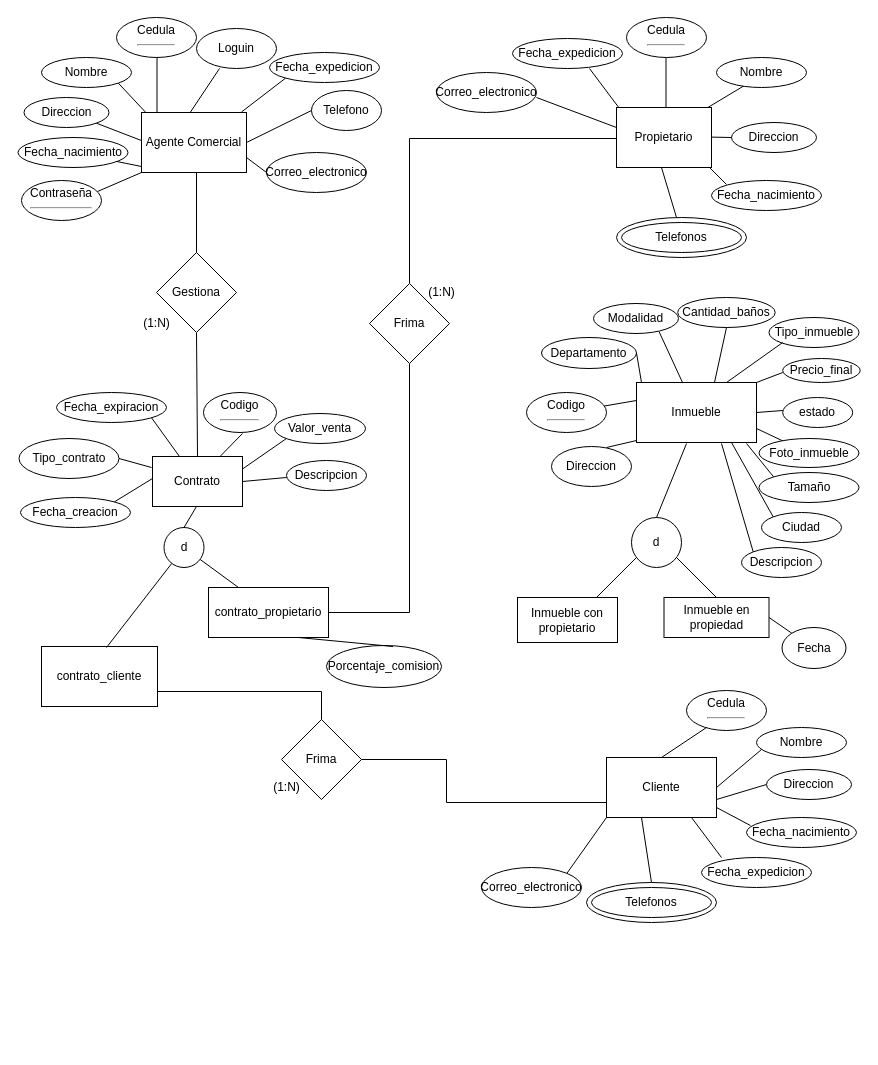
Earlier version of the draw.io diagram Copia de empresa inmobiliaria.drawio (Juandiiego2111/Juandiiego21111). Source tidied: cells renumbered, new cells numbered last; positions are measured from the earlier drawing's top-left corner, leaving out a move shared by most shapes. Both pictures are drawn from the tidied source at 100%, with x=0, y=0 at pixel (18, 17).
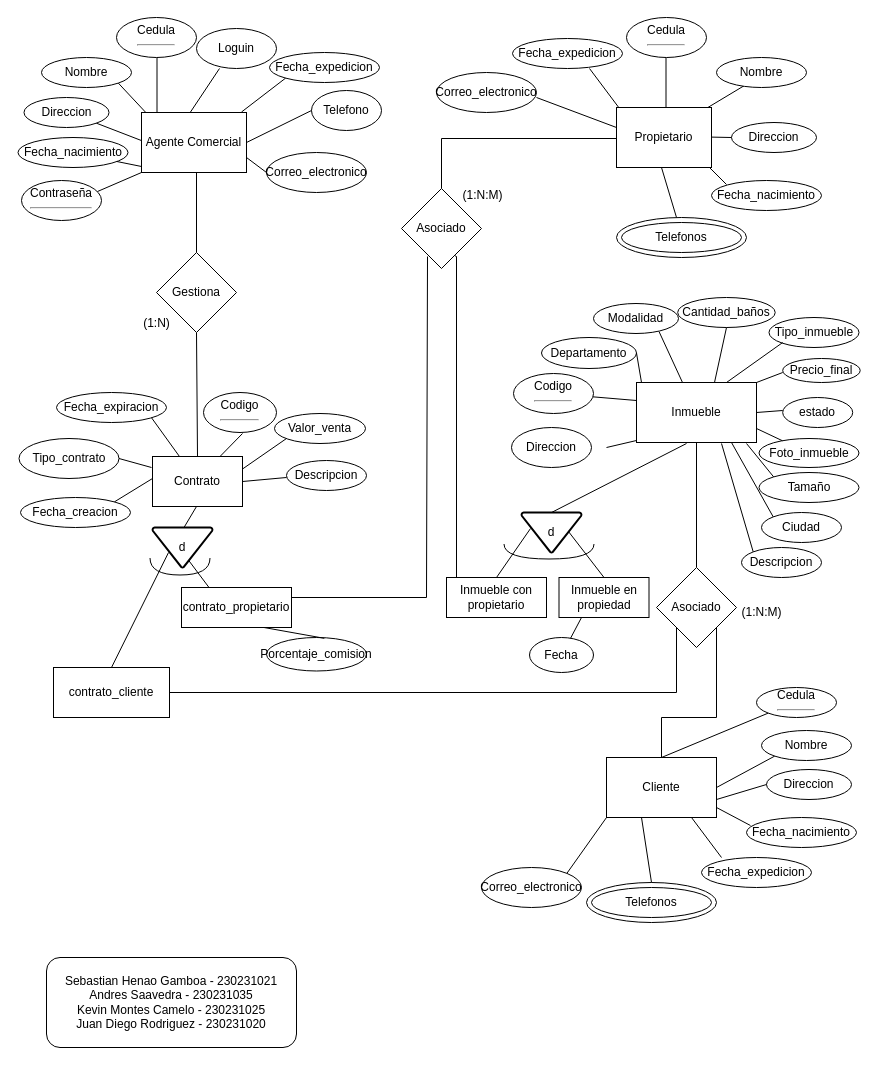
The same page after the edit.

Unchanged cells that the change refers to:
```xml
<mxCell id="36" value="Cliente" style="rounded=0;whiteSpace=wrap;html=1;" parent="1" vertex="1">
  <mxGeometry x="588" y="740" width="110" height="60" as="geometry" />
</mxCell>
<mxCell id="48" value="Inmueble" style="rounded=0;whiteSpace=wrap;html=1;" parent="1" vertex="1">
  <mxGeometry x="618" y="365" width="120" height="60" as="geometry" />
</mxCell>
```

Change to the diagram source:
```diff
@@
     <mxCell id="24" style="edgeStyle=orthogonalEdgeStyle;rounded=0;jettySize=auto;html=1;exitX=0;exitY=0.75;exitDx=0;exitDy=0;entryX=0.5;entryY=0;entryDx=0;entryDy=0;endArrow=none;endFill=0;" parent="1" edge="1" target="79">
       <mxGeometry relative="1" as="geometry">
         <mxPoint x="601.5" y="120" as="sourcePoint" />
         <Array as="points">
           <mxPoint x="602" y="121" />
-          <mxPoint x="391" y="121" />
+          <mxPoint x="423" y="121" />
         </Array>
       </mxGeometry>
     </mxCell>
@@
-    <mxCell id="35" style="edgeStyle=orthogonalEdgeStyle;rounded=0;jettySize=auto;html=1;exitX=0;exitY=0.75;exitDx=0;exitDy=0;entryX=1;entryY=0.5;entryDx=0;entryDy=0;endArrow=none;endFill=0;" parent="1" edge="1" source="36" target="82">
-      <mxGeometry relative="1" as="geometry">
-        <Array as="points">
-          <mxPoint x="428" y="785" />
-          <mxPoint x="428" y="742" />
-        </Array>
-      </mxGeometry>
-    </mxCell>
+    <mxCell id="121" style="edgeStyle=orthogonalEdgeStyle;rounded=0;jettySize=auto;html=1;exitX=0.5;exitY=0;exitDx=0;exitDy=0;entryX=1;entryY=1;entryDx=0;entryDy=0;endArrow=none;endFill=0;" parent="1" edge="1" source="36" target="130">
+      <mxGeometry relative="1" as="geometry">
+        <Array as="points">
+          <mxPoint x="643" y="700" />
+          <mxPoint x="698" y="700" />
+        </Array>
+      </mxGeometry>
+    </mxCell>
@@
     <mxCell id="43" value="Cedula&lt;hr&gt;" style="ellipse;whiteSpace=wrap;html=1;" parent="1" vertex="1">
-      <mxGeometry x="668" y="673" width="80" height="40" as="geometry" />
+      <mxGeometry x="738" y="670" width="80" height="30" as="geometry" />
     </mxCell>
     <mxCell id="44" value="Nombre" style="ellipse;whiteSpace=wrap;html=1;" parent="1" vertex="1">
-      <mxGeometry x="738" y="710" width="90" height="30" as="geometry" />
+      <mxGeometry x="743" y="713" width="90" height="30" as="geometry" />
     </mxCell>
@@
+    <mxCell id="122" style="edgeStyle=orthogonalEdgeStyle;rounded=0;jettySize=auto;html=1;exitX=0.5;exitY=1;exitDx=0;exitDy=0;entryX=0.5;entryY=0;entryDx=0;entryDy=0;endArrow=none;endFill=0;" parent="1" edge="1" source="48" target="130">
+      <mxGeometry relative="1" as="geometry">
+        <Array as="points">
+          <mxPoint x="678" y="550" />
+        </Array>
+      </mxGeometry>
+    </mxCell>
@@
     <mxCell id="49" value="Codigo&lt;hr&gt;" style="ellipse;whiteSpace=wrap;html=1;" parent="1" vertex="1">
-      <mxGeometry x="508" y="375" width="80" height="40" as="geometry" />
+      <mxGeometry x="495" y="356" width="80" height="40" as="geometry" />
     </mxCell>
@@
-    <mxCell id="59" style="edgeStyle=orthogonalEdgeStyle;rounded=0;jettySize=auto;html=1;exitX=1;exitY=0.75;exitDx=0;exitDy=0;endArrow=none;endFill=0;" parent="1" edge="1" source="60" target="82">
-      <mxGeometry relative="1" as="geometry" />
-    </mxCell>
+    <mxCell id="123" style="edgeStyle=orthogonalEdgeStyle;rounded=0;jettySize=auto;html=1;exitX=1;exitY=0.75;exitDx=0;exitDy=0;entryX=0;entryY=1;entryDx=0;entryDy=0;endArrow=none;endFill=0;" parent="1" edge="1" source="60" target="130">
+      <mxGeometry relative="1" as="geometry">
+        <Array as="points">
+          <mxPoint x="151" y="675" />
+          <mxPoint x="658" y="675" />
+        </Array>
+      </mxGeometry>
+    </mxCell>
     <mxCell id="60" value="contrato_cliente" style="rounded=0;whiteSpace=wrap;html=1;" parent="1" vertex="1">
-      <mxGeometry x="23" y="629" width="116" height="60" as="geometry" />
+      <mxGeometry x="35" y="650" width="116" height="50" as="geometry" />
     </mxCell>
-    <mxCell id="61" style="edgeStyle=orthogonalEdgeStyle;rounded=0;jettySize=auto;html=1;exitX=1;exitY=0.5;exitDx=0;exitDy=0;entryX=0.5;entryY=1;entryDx=0;entryDy=0;endArrow=none;endFill=0;" parent="1" edge="1" source="62" target="79">
+    <mxCell id="61" style="edgeStyle=orthogonalEdgeStyle;rounded=0;jettySize=auto;html=1;exitX=1;exitY=0.5;exitDx=0;exitDy=0;entryX=0.325;entryY=0.85;entryDx=0;entryDy=0;endArrow=none;endFill=0;entryPerimeter=0;" parent="1" edge="1" source="62" target="79">
       <mxGeometry relative="1" as="geometry">
         <Array as="points">
-          <mxPoint x="391" y="595" />
+          <mxPoint x="273" y="580" />
+          <mxPoint x="408" y="580" />
         </Array>
       </mxGeometry>
     </mxCell>
     <mxCell id="62" value="contrato_propietario" style="rounded=0;whiteSpace=wrap;html=1;" parent="1" vertex="1">
-      <mxGeometry x="190" y="570" width="120" height="50" as="geometry" />
+      <mxGeometry x="163" y="570" width="110" height="40" as="geometry" />
     </mxCell>
-    <mxCell id="63" style="endArrow=none;html=1;rounded=0;" parent="1" edge="1" target="83">
-      <mxGeometry relative="1" as="geometry">
-        <mxPoint x="88" y="630" as="sourcePoint" />
-      </mxGeometry>
+    <mxCell id="63" style="endArrow=none;html=1;rounded=0;entryX=0.267;entryY=0.625;entryDx=0;entryDy=0;entryPerimeter=0;exitX=0.5;exitY=0;exitDx=0;exitDy=0;" parent="1" edge="1" source="60" target="125">
+      <mxGeometry relative="1" as="geometry" />
     </mxCell>
-    <mxCell id="64" style="endArrow=none;html=1;rounded=0;exitX=0.25;exitY=0;exitDx=0;exitDy=0;" parent="1" edge="1" source="62" target="83">
-      <mxGeometry relative="1" as="geometry" />
+    <mxCell id="64" style="endArrow=none;html=1;rounded=0;exitX=0.25;exitY=0;exitDx=0;exitDy=0;" parent="1" edge="1" source="62">
+      <mxGeometry relative="1" as="geometry">
+        <mxPoint x="168" y="540" as="targetPoint" />
+      </mxGeometry>
     </mxCell>
@@
-    <mxCell id="79" value="Frima" style="rhombus;whiteSpace=wrap;html=1;" parent="1" vertex="1">
-      <mxGeometry x="351" y="266" width="80" height="80" as="geometry" />
+    <mxCell id="79" value="Asociado" style="rhombus;whiteSpace=wrap;html=1;" parent="1" vertex="1">
+      <mxGeometry x="383" y="171" width="80" height="80" as="geometry" />
     </mxCell>
     <mxCell id="80" value="Porcentaje_comision" style="ellipse;whiteSpace=wrap;html=1;" parent="1" vertex="1">
-      <mxGeometry x="308" y="628" width="115" height="42" as="geometry" />
+      <mxGeometry x="248" y="620" width="100" height="33.5" as="geometry" />
     </mxCell>
@@
-    <mxCell id="82" value="Frima" style="rhombus;whiteSpace=wrap;html=1;" parent="1" vertex="1">
-      <mxGeometry x="263" y="702" width="80" height="80" as="geometry" />
-    </mxCell>
-    <mxCell id="83" value="d" style="ellipse;whiteSpace=wrap;html=1;" parent="1" vertex="1">
-      <mxGeometry x="145.5" y="510" width="40" height="40" as="geometry" />
-    </mxCell>
-    <mxCell id="84" style="endArrow=none;html=1;rounded=0;exitX=0.5;exitY=0;exitDx=0;exitDy=0;" parent="1" edge="1" source="83">
+    <mxCell id="84" style="endArrow=none;html=1;rounded=0;exitX=0.5;exitY=0;exitDx=0;exitDy=0;" parent="1" edge="1">
       <mxGeometry relative="1" as="geometry">
+        <mxPoint x="165.5" y="510" as="sourcePoint" />
         <mxPoint x="178" y="489" as="targetPoint" />
       </mxGeometry>
     </mxCell>
@@
-    <mxCell id="92" style="endArrow=none;html=1;rounded=0;exitX=1;exitY=0.5;exitDx=0;exitDy=0;" parent="1" edge="1" source="36">
-      <mxGeometry relative="1" as="geometry">
-        <mxPoint x="743" y="732" as="targetPoint" />
-      </mxGeometry>
+    <mxCell id="92" style="endArrow=none;html=1;rounded=0;exitX=1;exitY=0.5;exitDx=0;exitDy=0;entryX=0;entryY=1;entryDx=0;entryDy=0;" parent="1" edge="1" source="36" target="44">
+      <mxGeometry relative="1" as="geometry" />
     </mxCell>
-    <mxCell id="93" style="endArrow=none;html=1;rounded=0;exitX=0.5;exitY=0;exitDx=0;exitDy=0;" parent="1" edge="1" source="36">
-      <mxGeometry relative="1" as="geometry">
-        <mxPoint x="688" y="710" as="targetPoint" />
-      </mxGeometry>
+    <mxCell id="93" style="endArrow=none;html=1;rounded=0;exitX=0.5;exitY=0;exitDx=0;exitDy=0;entryX=0;entryY=1;entryDx=0;entryDy=0;" parent="1" edge="1" source="36" target="43">
+      <mxGeometry relative="1" as="geometry" />
     </mxCell>
-    <mxCell id="94" value="(1:N)" style="text;html=1;align=center;verticalAlign=middle;strokeColor=none;fillColor=none;" parent="1" vertex="1">
-      <mxGeometry x="243" y="755" width="50" height="30" as="geometry" />
-    </mxCell>
-    <mxCell id="95" value="(1:N)" style="text;html=1;align=center;verticalAlign=middle;strokeColor=none;fillColor=none;" parent="1" vertex="1">
-      <mxGeometry x="398" y="260" width="50" height="30" as="geometry" />
+    <mxCell id="95" value="(1:N:M)" style="text;html=1;align=center;verticalAlign=middle;strokeColor=none;fillColor=none;" parent="1" vertex="1">
+      <mxGeometry x="434" y="163" width="60" height="30" as="geometry" />
     </mxCell>
@@
     <mxCell id="100" value="Direccion" style="ellipse;whiteSpace=wrap;html=1;" parent="1" vertex="1">
-      <mxGeometry x="533" y="429" width="80" height="40" as="geometry" />
+      <mxGeometry x="493" y="410" width="80" height="40" as="geometry" />
     </mxCell>
-    <mxCell id="101" value="d" style="ellipse;whiteSpace=wrap;html=1;" parent="1" vertex="1">
-      <mxGeometry x="613" y="500" width="50" height="50" as="geometry" />
-    </mxCell>
@@
-    <mxCell id="114" style="endArrow=none;html=1;rounded=0;exitX=0.5;exitY=0;exitDx=0;exitDy=0;" parent="1" edge="1" source="101">
+    <mxCell id="114" style="endArrow=none;html=1;rounded=0;exitX=0.5;exitY=0;exitDx=0;exitDy=0;exitPerimeter=0;" parent="1" edge="1" source="127">
       <mxGeometry relative="1" as="geometry">
         <mxPoint x="668" y="426" as="targetPoint" />
       </mxGeometry>
     </mxCell>
+    <mxCell id="124" style="edgeStyle=orthogonalEdgeStyle;rounded=0;jettySize=auto;html=1;exitX=0;exitY=0.25;exitDx=0;exitDy=0;endArrow=none;endFill=0;entryX=0.663;entryY=0.838;entryDx=0;entryDy=0;entryPerimeter=0;" parent="1" edge="1" source="115" target="79">
+      <mxGeometry relative="1" as="geometry">
+        <Array as="points">
+          <mxPoint x="438" y="591" />
+          <mxPoint x="438" y="239" />
+        </Array>
+      </mxGeometry>
+    </mxCell>
     <mxCell id="115" value="Inmueble con propietario" style="rounded=0;whiteSpace=wrap;html=1;" parent="1" vertex="1">
-      <mxGeometry x="499" y="580" width="100" height="45" as="geometry" />
+      <mxGeometry x="428" y="560" width="100" height="40" as="geometry" />
     </mxCell>
     <mxCell id="116" value="Inmueble en propiedad" style="rounded=0;whiteSpace=wrap;html=1;" parent="1" vertex="1">
-      <mxGeometry x="645.5" y="580" width="105" height="40" as="geometry" />
+      <mxGeometry x="540.5" y="560" width="90" height="40" as="geometry" />
     </mxCell>
-    <mxCell id="117" style="endArrow=none;html=1;rounded=0;" parent="1" edge="1">
-      <mxGeometry relative="1" as="geometry">
-        <mxPoint x="578" y="580" as="sourcePoint" />
-        <mxPoint x="618" y="540" as="targetPoint" />
-      </mxGeometry>
+    <mxCell id="117" style="endArrow=none;html=1;rounded=0;entryX=0.15;entryY=0.4;entryDx=0;entryDy=0;entryPerimeter=0;exitX=0.5;exitY=0;exitDx=0;exitDy=0;" parent="1" edge="1" source="115" target="127">
+      <mxGeometry relative="1" as="geometry" />
     </mxCell>
-    <mxCell id="118" style="endArrow=none;html=1;rounded=0;exitX=0.5;exitY=0;exitDx=0;exitDy=0;" parent="1" edge="1" source="116">
-      <mxGeometry relative="1" as="geometry">
-        <mxPoint x="658" y="540" as="targetPoint" />
-      </mxGeometry>
+    <mxCell id="118" style="endArrow=none;html=1;rounded=0;exitX=0.5;exitY=0;exitDx=0;exitDy=0;entryX=0.783;entryY=0.475;entryDx=0;entryDy=0;entryPerimeter=0;" parent="1" edge="1" source="116" target="127">
+      <mxGeometry relative="1" as="geometry" />
     </mxCell>
     <mxCell id="119" value="Fecha" style="ellipse;whiteSpace=wrap;html=1;" parent="1" vertex="1">
-      <mxGeometry x="763.5" y="610" width="64" height="41" as="geometry" />
+      <mxGeometry x="511" y="620" width="64" height="35" as="geometry" />
     </mxCell>
-    <mxCell id="120" style="endArrow=none;html=1;rounded=0;entryX=1;entryY=0.5;entryDx=0;entryDy=0;" parent="1" edge="1" source="119" target="116">
+    <mxCell id="120" style="endArrow=none;html=1;rounded=0;entryX=0.25;entryY=1;entryDx=0;entryDy=0;" parent="1" edge="1" source="119" target="116">
       <mxGeometry relative="1" as="geometry" />
     </mxCell>
+    <mxCell id="125" value="d" style="strokeWidth=2;html=1;shape=mxgraph.flowchart.merge_or_storage;whiteSpace=wrap;" parent="1" vertex="1">
+      <mxGeometry x="134" y="510" width="60" height="40" as="geometry" />
+    </mxCell>
+    <mxCell id="126" style="shape=requiredInterface;html=1;verticalLabelPosition=bottom;sketch=0;rotation=90;" parent="1" vertex="1">
+      <mxGeometry x="153" y="519" width="17" height="60" as="geometry" />
+    </mxCell>
+    <mxCell id="127" value="d" style="strokeWidth=2;html=1;shape=mxgraph.flowchart.merge_or_storage;whiteSpace=wrap;" parent="1" vertex="1">
+      <mxGeometry x="503" y="495" width="60" height="40" as="geometry" />
+    </mxCell>
+    <mxCell id="128" style="shape=requiredInterface;html=1;verticalLabelPosition=bottom;sketch=0;rotation=90;" parent="1" vertex="1">
+      <mxGeometry x="523" y="489" width="15" height="90" as="geometry" />
+    </mxCell>
+    <mxCell id="129" value="(1:N:M)" style="text;html=1;align=center;verticalAlign=middle;strokeColor=none;fillColor=none;" parent="1" vertex="1">
+      <mxGeometry x="713" y="580" width="60" height="30" as="geometry" />
+    </mxCell>
+    <mxCell id="130" value="Asociado" style="rhombus;whiteSpace=wrap;html=1;" parent="1" vertex="1">
+      <mxGeometry x="638" y="550" width="80" height="80" as="geometry" />
+    </mxCell>
+    <mxCell id="131" value="Sebastian Henao Gamboa - 230231021&lt;div&gt;Andres Saavedra - 230231035&lt;/div&gt;&lt;div&gt;Kevin Montes Camelo - 230231025&lt;/div&gt;&lt;div&gt;Juan Diego Rodriguez - 230231020&lt;/div&gt;" style="rounded=1;whiteSpace=wrap;html=1;" parent="1" vertex="1">
+      <mxGeometry x="28" y="940" width="250" height="90" as="geometry" />
+    </mxCell>
```
